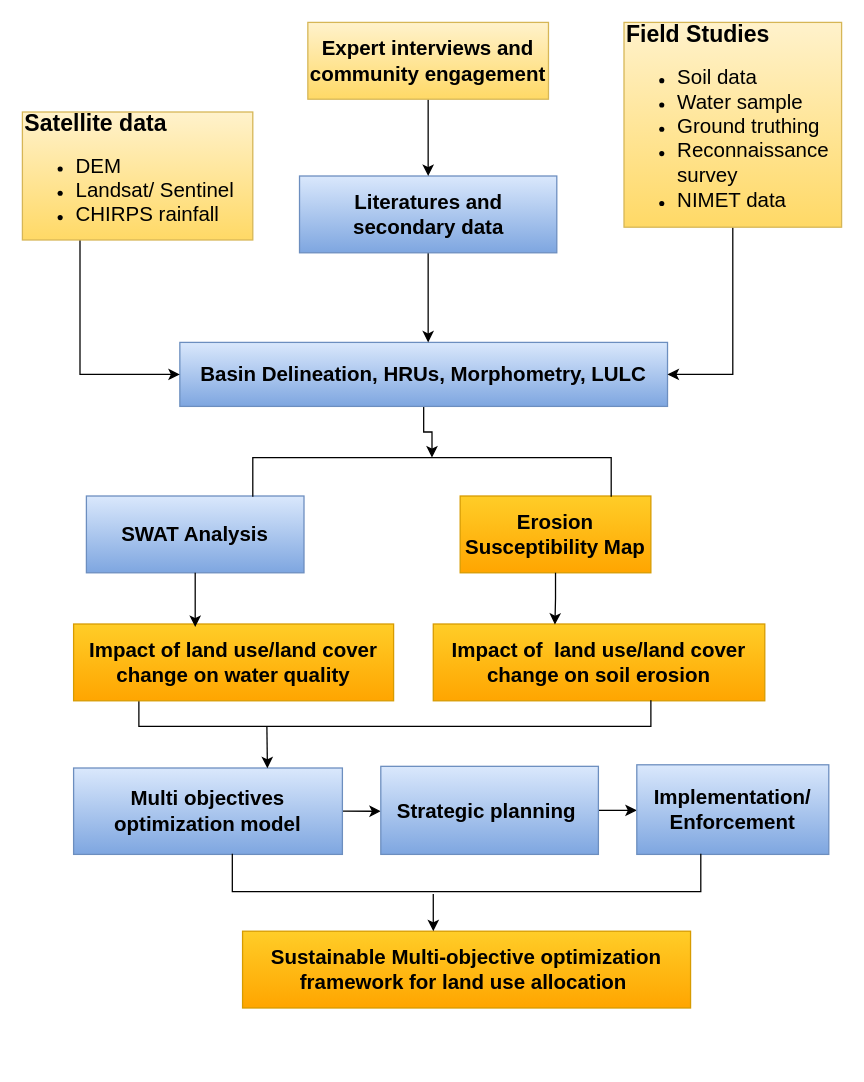
Before: Untitled Diagram.drawio in yemioke/PRISMA2020, a draw.io diagram. Source tidied: cells renumbered, new cells numbered last; positions are measured from the earlier drawing's top-left corner, leaving out a move shared by most shapes. Both pictures are drawn from the tidied source at 128%, with x=0, y=0 at pixel (22, 22).
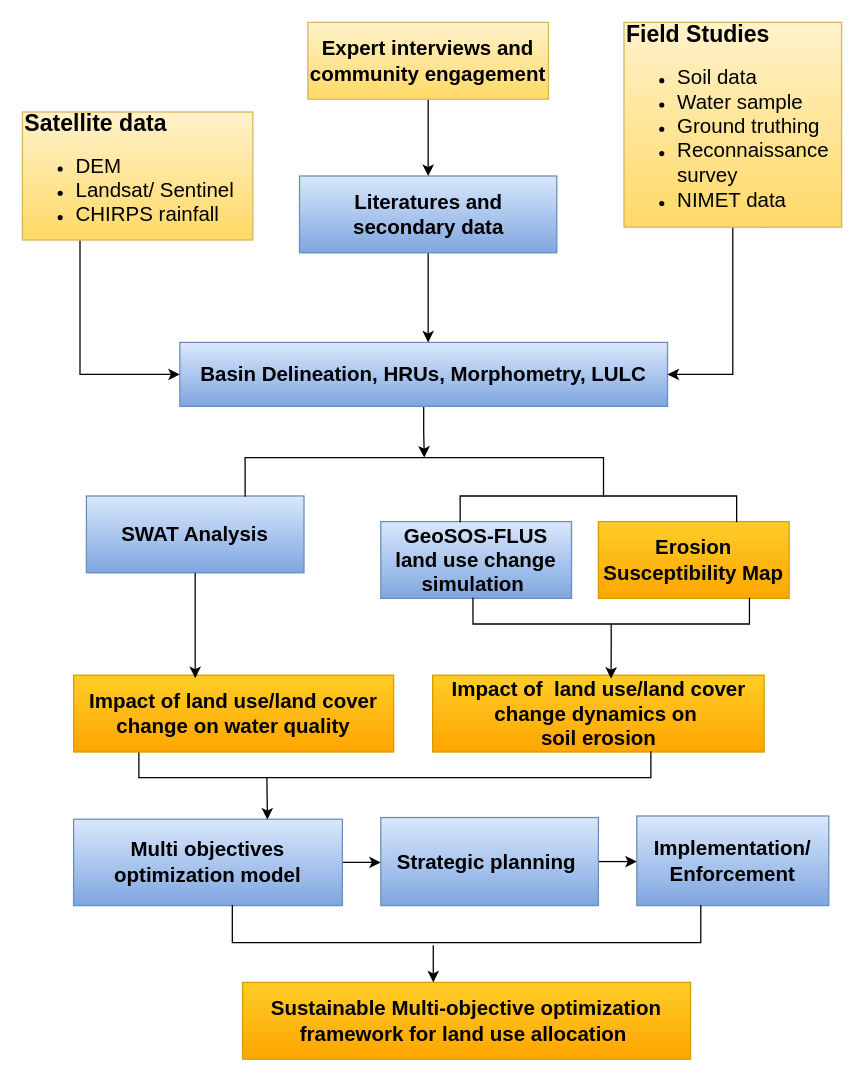
Above is the later version.

The edit, as a diff of the source:
```diff
@@
     <mxCell id="2" value="&lt;font style=&quot;font-size: 16px;&quot;&gt;&lt;b&gt;Sustainable Multi-objective optimization framework for land use allocation&amp;nbsp;&lt;/b&gt;&lt;/font&gt;" style="rounded=0;whiteSpace=wrap;html=1;fillColor=#ffcd28;gradientColor=#ffa500;strokeColor=#d79b00;" parent="1" vertex="1">
-      <mxGeometry x="172" y="710" width="350" height="60" as="geometry" />
+      <mxGeometry x="172" y="750" width="350" height="60" as="geometry" />
     </mxCell>
@@
     <mxCell id="4" value="&lt;font style=&quot;font-size: 16px;&quot;&gt;&lt;b&gt;Multi objectives optimization model&lt;/b&gt;&lt;/font&gt;" style="rounded=0;whiteSpace=wrap;html=1;fillColor=#dae8fc;gradientColor=#7ea6e0;strokeColor=#6c8ebf;" parent="1" vertex="1">
-      <mxGeometry x="40" y="582.5" width="210" height="67.5" as="geometry" />
+      <mxGeometry x="40" y="622.5" width="210" height="67.5" as="geometry" />
     </mxCell>
@@
     <mxCell id="6" value="&lt;font style=&quot;font-size: 16px;&quot;&gt;&lt;b&gt;Strategic planning&amp;nbsp;&lt;/b&gt;&lt;/font&gt;" style="rounded=0;whiteSpace=wrap;html=1;fillColor=#dae8fc;gradientColor=#7ea6e0;strokeColor=#6c8ebf;" parent="1" vertex="1">
-      <mxGeometry x="280" y="581.2" width="170" height="68.8" as="geometry" />
+      <mxGeometry x="280" y="621.2" width="170" height="68.8" as="geometry" />
     </mxCell>
     <mxCell id="7" value="&lt;font style=&quot;font-size: 16px;&quot;&gt;&lt;b&gt;Implementation/&lt;/b&gt;&lt;/font&gt;&lt;div&gt;&lt;font style=&quot;font-size: 16px;&quot;&gt;&lt;b&gt;Enforcement&lt;/b&gt;&lt;/font&gt;&lt;/div&gt;" style="rounded=0;whiteSpace=wrap;html=1;fillColor=#dae8fc;gradientColor=#7ea6e0;strokeColor=#6c8ebf;" parent="1" vertex="1">
-      <mxGeometry x="480" y="580" width="150" height="70" as="geometry" />
+      <mxGeometry x="480" y="620" width="150" height="70" as="geometry" />
     </mxCell>
     <mxCell id="8" style="shape=partialRectangle;whiteSpace=wrap;html=1;bottom=1;right=1;left=1;top=0;fillColor=none;routingCenterX=-0.5;" parent="1" vertex="1">
-      <mxGeometry x="164" y="650" width="366" height="29" as="geometry" />
+      <mxGeometry x="164" y="690" width="366" height="29" as="geometry" />
     </mxCell>
     <mxCell id="9" style="edgeStyle=orthogonalEdgeStyle;rounded=0;orthogonalLoop=1;jettySize=auto;html=1;exitX=0.5;exitY=0;exitDx=0;exitDy=0;entryX=0.5;entryY=1;entryDx=0;entryDy=0;" parent="1" edge="1">
       <mxGeometry relative="1" as="geometry">
-        <mxPoint x="321" y="681" as="sourcePoint" />
-        <mxPoint x="321" y="710" as="targetPoint" />
+        <mxPoint x="321" y="721" as="sourcePoint" />
+        <mxPoint x="321" y="750" as="targetPoint" />
       </mxGeometry>
     </mxCell>
-    <mxCell id="10" value="&lt;font style=&quot;font-size: 16px;&quot;&gt;&lt;b&gt;Impact of&amp;nbsp; land use/land cover change on soil erosion&lt;/b&gt;&lt;/font&gt;" style="rounded=0;whiteSpace=wrap;html=1;fillColor=#ffcd28;strokeColor=#d79b00;gradientColor=#ffa500;" parent="1" vertex="1">
-      <mxGeometry x="321" y="470" width="259" height="60" as="geometry" />
+    <mxCell id="10" value="&lt;font style=&quot;font-size: 16px;&quot;&gt;&lt;b&gt;Impact of&amp;nbsp; land use/land cover change dynamics on&amp;nbsp;&lt;/b&gt;&lt;/font&gt;&lt;div&gt;&lt;font style=&quot;font-size: 16px;&quot;&gt;&lt;b&gt;soil erosion&lt;/b&gt;&lt;/font&gt;&lt;/div&gt;" style="rounded=0;whiteSpace=wrap;html=1;fillColor=#ffcd28;strokeColor=#d79b00;gradientColor=#ffa500;" parent="1" vertex="1">
+      <mxGeometry x="320.5" y="510" width="259" height="60" as="geometry" />
     </mxCell>
     <mxCell id="11" style="shape=partialRectangle;whiteSpace=wrap;html=1;bottom=1;right=1;left=1;top=0;fillColor=none;routingCenterX=-0.5;" parent="1" vertex="1">
-      <mxGeometry x="91" y="530" width="400" height="20" as="geometry" />
+      <mxGeometry x="91" y="570" width="400" height="20" as="geometry" />
     </mxCell>
@@
     <mxCell id="13" value="&lt;font style=&quot;font-size: 16px;&quot;&gt;&lt;b&gt;Impact of land use/land cover change on water quality&lt;/b&gt;&lt;/font&gt;" style="rounded=0;whiteSpace=wrap;html=1;fillColor=#ffcd28;gradientColor=#ffa500;strokeColor=#d79b00;" parent="1" vertex="1">
-      <mxGeometry x="40" y="470" width="250" height="60" as="geometry" />
+      <mxGeometry x="40" y="510" width="250" height="60" as="geometry" />
     </mxCell>
@@
     <mxCell id="15" value="&lt;span style=&quot;font-size: 16px;&quot;&gt;&lt;b&gt;Erosion Susceptibility Map&lt;/b&gt;&lt;/span&gt;" style="rounded=0;whiteSpace=wrap;html=1;fillColor=#ffcd28;gradientColor=#ffa500;strokeColor=#d79b00;" parent="1" vertex="1">
-      <mxGeometry x="342" y="370" width="149" height="60" as="geometry" />
+      <mxGeometry x="450" y="390" width="149" height="60" as="geometry" />
     </mxCell>
@@
     <mxCell id="21" style="shape=partialRectangle;whiteSpace=wrap;html=1;bottom=1;right=1;left=1;top=0;fillColor=none;routingCenterX=-0.5;rotation=-180;" parent="1" vertex="1">
-      <mxGeometry x="180" y="340" width="280" height="30" as="geometry" />
+      <mxGeometry x="174" y="340" width="280" height="30" as="geometry" />
     </mxCell>
@@
-    <mxCell id="28" style="edgeStyle=orthogonalEdgeStyle;rounded=0;jettySize=auto;html=1;exitX=0.5;exitY=1;exitDx=0;exitDy=0;entryX=0.367;entryY=0.008;entryDx=0;entryDy=0;entryPerimeter=0;" parent="1" edge="1" source="15" target="10">
-      <mxGeometry relative="1" as="geometry" />
-    </mxCell>
+    <mxCell id="29" value="&lt;span style=&quot;font-size: 16px;&quot;&gt;&lt;b&gt;GeoSOS-FLUS land use change simulation&amp;nbsp;&lt;/b&gt;&lt;/span&gt;" style="rounded=0;whiteSpace=wrap;html=1;fillColor=#dae8fc;gradientColor=#7ea6e0;strokeColor=#6c8ebf;" parent="1" vertex="1">
+      <mxGeometry x="280" y="390" width="149" height="60" as="geometry" />
+    </mxCell>
+    <mxCell id="30" style="shape=partialRectangle;whiteSpace=wrap;html=1;bottom=1;right=1;left=1;top=0;fillColor=none;routingCenterX=-0.5;rotation=-180;" parent="1" vertex="1">
+      <mxGeometry x="342" y="370" width="216" height="20" as="geometry" />
+    </mxCell>
+    <mxCell id="31" style="shape=partialRectangle;whiteSpace=wrap;html=1;bottom=1;right=1;left=1;top=0;fillColor=none;routingCenterX=-0.5;rotation=0;" parent="1" vertex="1">
+      <mxGeometry x="352" y="450" width="216" height="20" as="geometry" />
+    </mxCell>
+    <mxCell id="32" style="edgeStyle=orthogonalEdgeStyle;rounded=0;jettySize=auto;html=1;exitX=0.5;exitY=1;exitDx=0;exitDy=0;entryX=0.538;entryY=0.045;entryDx=0;entryDy=0;entryPerimeter=0;" parent="1" edge="1" source="31" target="10">
+      <mxGeometry relative="1" as="geometry" />
+    </mxCell>
```
